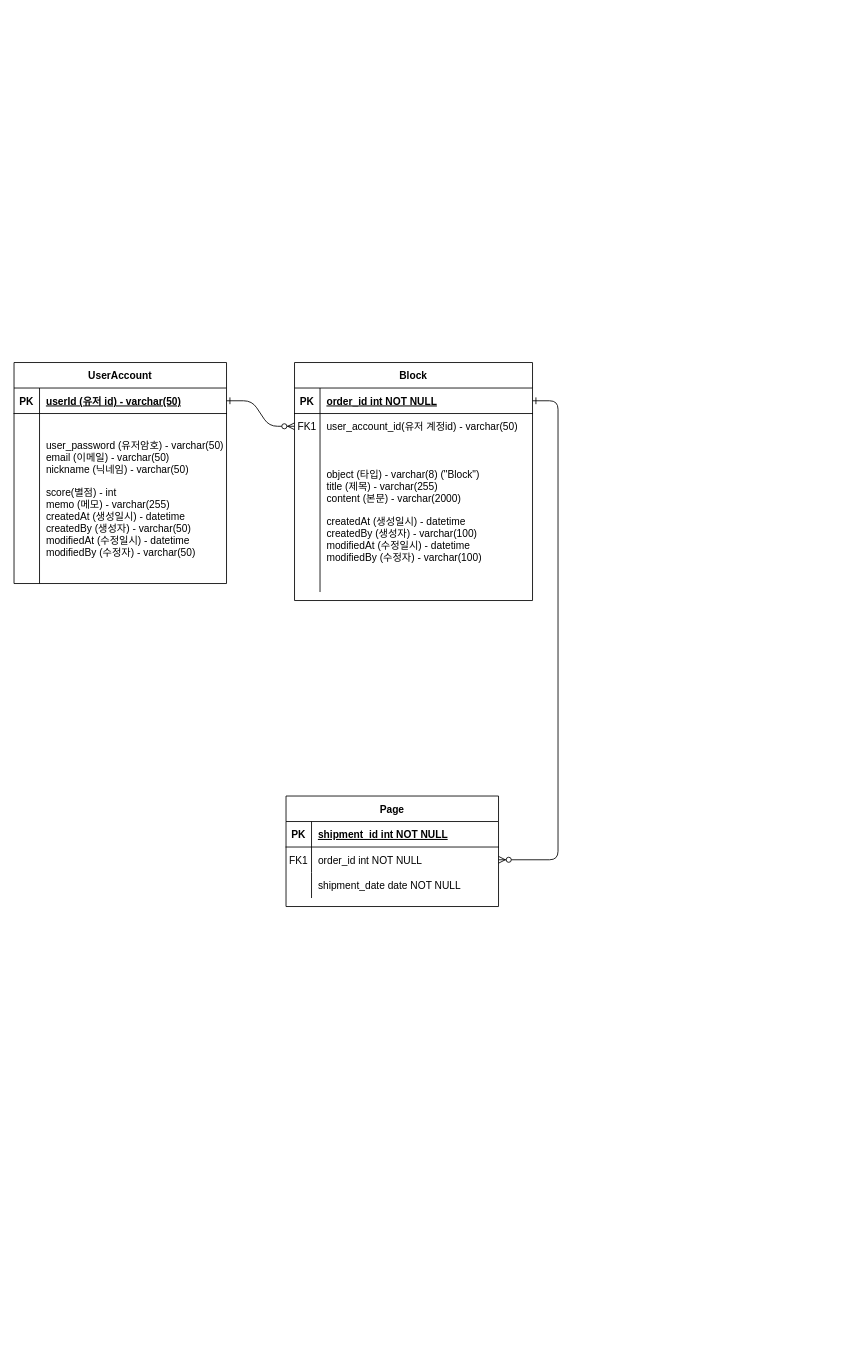
Above: capstone.drawio in jyzayu/capstone-back (draw.io), before the change. Source tidied: cells renumbered, new cells numbered last; positions are measured from the earlier drawing's top-left corner, leaving out a move shared by most shapes. Both pictures are drawn from the tidied source at 85%, with x=0, y=0 at pixel (14, 362).
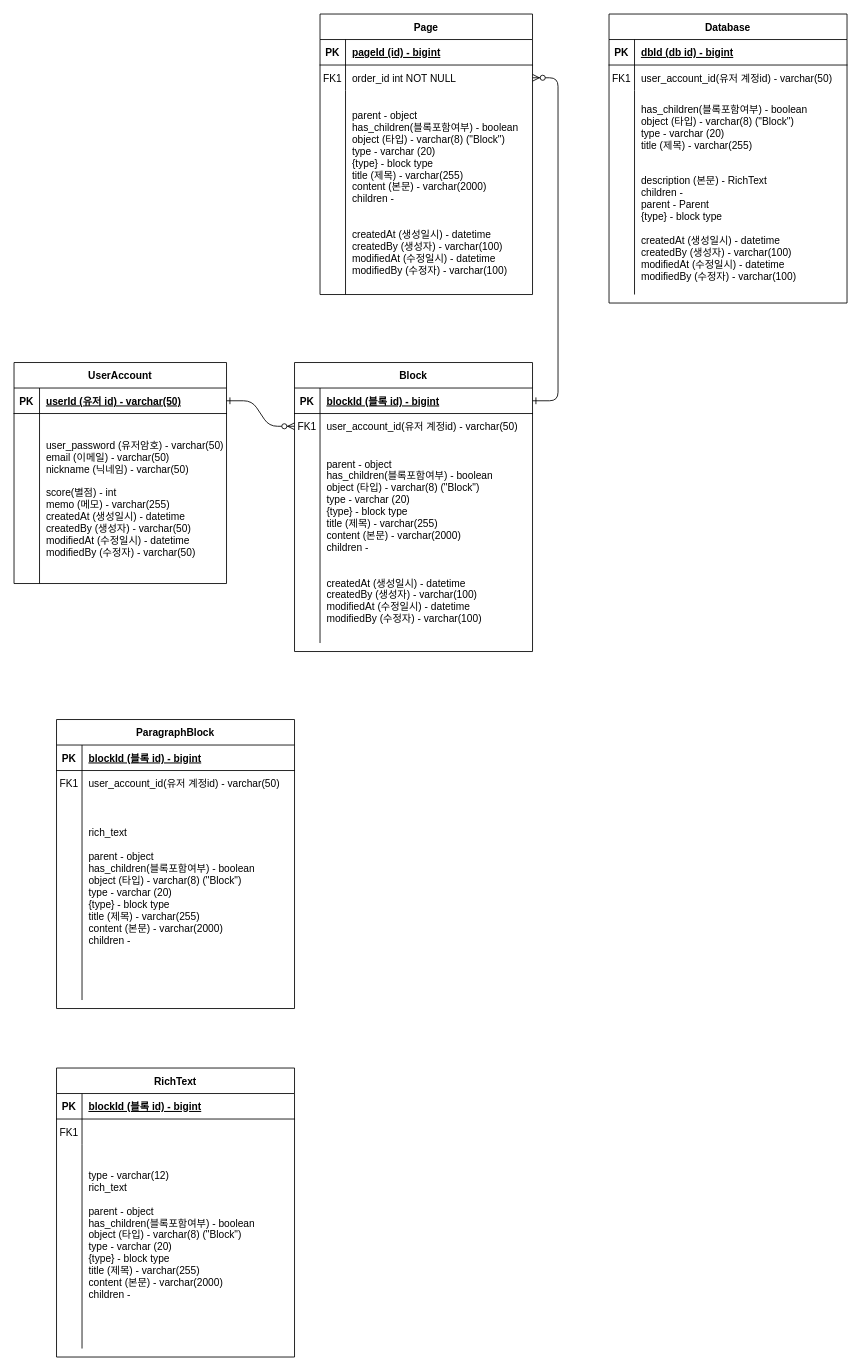
The same page after the edit.

Unchanged cells that the change refers to:
```xml
<mxCell id="5" style="shape=partialRectangle;fillColor=none;points=[[0,0.5],[1,0.5]];portConstraint=eastwest;top=0;left=0;right=0;bottom=1;" parent="4" vertex="1">
  <mxGeometry y="30" width="280" height="30" as="geometry" />
</mxCell>
<mxCell id="15" style="shape=partialRectangle;fillColor=none;top=0;left=0;right=0;bottom=1;" parent="14" vertex="1">
  <mxGeometry y="30" width="250" height="30" as="geometry" />
</mxCell>
```

Change to the diagram source:
```diff
@@
     <mxCell id="4" value="Block" style="shape=table;startSize=30;childLayout=tableLayout;rowLines=0;fontStyle=1;align=center;" parent="1" vertex="1">
-      <mxGeometry x="330" width="280" height="280" as="geometry" />
+      <mxGeometry x="330" width="280" height="340" as="geometry" />
     </mxCell>
@@
-    <mxCell id="7" value="order_id int NOT NULL " style="shape=partialRectangle;overflow=hidden;fillColor=none;top=0;left=0;bottom=0;right=0;align=left;spacingLeft=6;fontStyle=5;" parent="5" vertex="1">
+    <mxCell id="7" value="blockId (블록 id) - bigint" style="shape=partialRectangle;overflow=hidden;fillColor=none;top=0;left=0;bottom=0;right=0;align=left;spacingLeft=6;fontStyle=5;" parent="5" vertex="1">
       <mxGeometry x="30" width="250" height="30" as="geometry" />
     </mxCell>
@@
     <mxCell id="11" style="shape=partialRectangle;fillColor=none;top=0;left=0;right=0;bottom=0;" parent="4" vertex="1">
-      <mxGeometry y="90" width="280" height="180" as="geometry" />
+      <mxGeometry y="90" width="280" height="240" as="geometry" />
     </mxCell>
     <mxCell id="12" style="shape=partialRectangle;overflow=hidden;fillColor=none;top=0;left=0;bottom=0;right=0;" parent="11" vertex="1">
-      <mxGeometry width="30" height="180" as="geometry" />
+      <mxGeometry width="30" height="240" as="geometry" />
     </mxCell>
-    <mxCell id="13" value="object (타입) - varchar(8) (&quot;Block&quot;)&#10;title (제목) - varchar(255)&#10;content (본문) - varchar(2000)&#10;&#10;createdAt (생성일시) - datetime&#10;createdBy (생성자) - varchar(100)&#10;modifiedAt (수정일시) - datetime&#10;modifiedBy (수정자) - varchar(100)" style="shape=partialRectangle;overflow=hidden;fillColor=none;top=0;left=0;bottom=0;right=0;align=left;spacingLeft=6;" parent="11" vertex="1">
-      <mxGeometry x="30" width="250" height="180" as="geometry" />
+    <mxCell id="13" value="parent - object&#10;has_children(블록포함여부) - boolean&#10;object (타입) - varchar(8) (&quot;Block&quot;)&#10;type - varchar (20)&#10;{type} - block type&#10;title (제목) - varchar(255)&#10;content (본문) - varchar(2000)&#10;children -&#10;&#10;&#10;createdAt (생성일시) - datetime&#10;createdBy (생성자) - varchar(100)&#10;modifiedAt (수정일시) - datetime&#10;modifiedBy (수정자) - varchar(100)" style="shape=partialRectangle;overflow=hidden;fillColor=none;top=0;left=0;bottom=0;right=0;align=left;spacingLeft=6;" parent="11" vertex="1">
+      <mxGeometry x="30" width="250" height="240" as="geometry" />
     </mxCell>
     <mxCell id="14" value="Page" style="shape=table;startSize=30;childLayout=tableLayout;rowLines=0;fontStyle=1;align=center;" parent="1" vertex="1">
-      <mxGeometry x="320" y="510" width="250" height="130" as="geometry" />
+      <mxGeometry x="360" y="-410" width="250" height="330" as="geometry" />
     </mxCell>
@@
-    <mxCell id="17" value="shipment_id int NOT NULL " style="shape=partialRectangle;overflow=hidden;fillColor=none;top=0;left=0;bottom=0;right=0;align=left;spacingLeft=6;fontStyle=5;" parent="15" vertex="1">
+    <mxCell id="17" value="pageId (id) - bigint" style="shape=partialRectangle;overflow=hidden;fillColor=none;top=0;left=0;bottom=0;right=0;align=left;spacingLeft=6;fontStyle=5;" parent="15" vertex="1">
       <mxGeometry x="30" width="220" height="30" as="geometry" />
     </mxCell>
@@
     <mxCell id="21" style="shape=partialRectangle;fillColor=none;top=0;left=0;right=0;bottom=0;" parent="14" vertex="1">
-      <mxGeometry y="90" width="250" height="30" as="geometry" />
+      <mxGeometry y="90" width="250" height="240" as="geometry" />
     </mxCell>
     <mxCell id="22" style="shape=partialRectangle;overflow=hidden;fillColor=none;top=0;left=0;bottom=0;right=0;" parent="21" vertex="1">
-      <mxGeometry width="30" height="30" as="geometry" />
+      <mxGeometry width="30" height="240" as="geometry" />
     </mxCell>
-    <mxCell id="23" value="shipment_date date NOT NULL" style="shape=partialRectangle;overflow=hidden;fillColor=none;top=0;left=0;bottom=0;right=0;align=left;spacingLeft=6;" parent="21" vertex="1">
-      <mxGeometry x="30" width="220" height="30" as="geometry" />
+    <mxCell id="23" value="parent - object&#10;has_children(블록포함여부) - boolean&#10;object (타입) - varchar(8) (&quot;Block&quot;)&#10;type - varchar (20)&#10;{type} - block type&#10;title (제목) - varchar(255)&#10;content (본문) - varchar(2000)&#10;children -&#10;&#10;&#10;createdAt (생성일시) - datetime&#10;createdBy (생성자) - varchar(100)&#10;modifiedAt (수정일시) - datetime&#10;modifiedBy (수정자) - varchar(100)" style="shape=partialRectangle;overflow=hidden;fillColor=none;top=0;left=0;bottom=0;right=0;align=left;spacingLeft=6;" parent="21" vertex="1">
+      <mxGeometry x="30" width="220" height="240" as="geometry" />
     </mxCell>
@@
+    <mxCell id="31" value="ParagraphBlock" style="shape=table;startSize=30;childLayout=tableLayout;rowLines=0;fontStyle=1;align=center;" parent="1" vertex="1">
+      <mxGeometry x="50" y="420" width="280" height="340" as="geometry" />
+    </mxCell>
+    <mxCell id="32" style="shape=partialRectangle;fillColor=none;top=0;left=0;right=0;bottom=1;" parent="31" vertex="1">
+      <mxGeometry y="30" width="280" height="30" as="geometry" />
+    </mxCell>
+    <mxCell id="33" value="PK" style="shape=partialRectangle;overflow=hidden;fillColor=none;top=0;left=0;bottom=0;right=0;fontStyle=1;" parent="32" vertex="1">
+      <mxGeometry width="30" height="30" as="geometry" />
+    </mxCell>
+    <mxCell id="34" value="blockId (블록 id) - bigint" style="shape=partialRectangle;overflow=hidden;fillColor=none;top=0;left=0;bottom=0;right=0;align=left;spacingLeft=6;fontStyle=5;" parent="32" vertex="1">
+      <mxGeometry x="30" width="250" height="30" as="geometry" />
+    </mxCell>
+    <mxCell id="35" style="shape=partialRectangle;fillColor=none;top=0;left=0;right=0;bottom=0;" parent="31" vertex="1">
+      <mxGeometry y="60" width="280" height="30" as="geometry" />
+    </mxCell>
+    <mxCell id="36" value="FK1" style="shape=partialRectangle;overflow=hidden;fillColor=none;top=0;left=0;bottom=0;right=0;" parent="35" vertex="1">
+      <mxGeometry width="30" height="30" as="geometry" />
+    </mxCell>
+    <mxCell id="37" value="user_account_id(유저 계정id) - varchar(50)   " style="shape=partialRectangle;overflow=hidden;fillColor=none;top=0;left=0;bottom=0;right=0;align=left;spacingLeft=6;" parent="35" vertex="1">
+      <mxGeometry x="30" width="250" height="30" as="geometry" />
+    </mxCell>
+    <mxCell id="38" style="shape=partialRectangle;fillColor=none;top=0;left=0;right=0;bottom=0;" parent="31" vertex="1">
+      <mxGeometry y="90" width="280" height="240" as="geometry" />
+    </mxCell>
+    <mxCell id="39" style="shape=partialRectangle;overflow=hidden;fillColor=none;top=0;left=0;bottom=0;right=0;" parent="38" vertex="1">
+      <mxGeometry width="30" height="240" as="geometry" />
+    </mxCell>
+    <mxCell id="40" value="rich_text&#10;&#10;parent - object&#10;has_children(블록포함여부) - boolean&#10;object (타입) - varchar(8) (&quot;Block&quot;)&#10;type - varchar (20)&#10;{type} - block type&#10;title (제목) - varchar(255)&#10;content (본문) - varchar(2000)&#10;children -&#10;&#10;" style="shape=partialRectangle;overflow=hidden;fillColor=none;top=0;left=0;bottom=0;right=0;align=left;spacingLeft=6;" parent="38" vertex="1">
+      <mxGeometry x="30" width="250" height="240" as="geometry" />
+    </mxCell>
+    <mxCell id="41" value="RichText" style="shape=table;startSize=30;childLayout=tableLayout;rowLines=0;fontStyle=1;align=center;" parent="1" vertex="1">
+      <mxGeometry x="50" y="830" width="280" height="340" as="geometry" />
+    </mxCell>
+    <mxCell id="42" style="shape=partialRectangle;fillColor=none;top=0;left=0;right=0;bottom=1;" parent="41" vertex="1">
+      <mxGeometry y="30" width="280" height="30" as="geometry" />
+    </mxCell>
+    <mxCell id="43" value="PK" style="shape=partialRectangle;overflow=hidden;fillColor=none;top=0;left=0;bottom=0;right=0;fontStyle=1;" parent="42" vertex="1">
+      <mxGeometry width="30" height="30" as="geometry" />
+    </mxCell>
+    <mxCell id="44" value="blockId (블록 id) - bigint" style="shape=partialRectangle;overflow=hidden;fillColor=none;top=0;left=0;bottom=0;right=0;align=left;spacingLeft=6;fontStyle=5;" parent="42" vertex="1">
+      <mxGeometry x="30" width="250" height="30" as="geometry" />
+    </mxCell>
+    <mxCell id="45" style="shape=partialRectangle;fillColor=none;top=0;left=0;right=0;bottom=0;" parent="41" vertex="1">
+      <mxGeometry y="60" width="280" height="30" as="geometry" />
+    </mxCell>
+    <mxCell id="46" value="FK1" style="shape=partialRectangle;overflow=hidden;fillColor=none;top=0;left=0;bottom=0;right=0;" parent="45" vertex="1">
+      <mxGeometry width="30" height="30" as="geometry" />
+    </mxCell>
+    <mxCell id="47" style="shape=partialRectangle;overflow=hidden;fillColor=none;top=0;left=0;bottom=0;right=0;align=left;spacingLeft=6;" parent="45" vertex="1">
+      <mxGeometry x="30" width="250" height="30" as="geometry" />
+    </mxCell>
+    <mxCell id="48" style="shape=partialRectangle;fillColor=none;top=0;left=0;right=0;bottom=0;" parent="41" vertex="1">
+      <mxGeometry y="90" width="280" height="240" as="geometry" />
+    </mxCell>
+    <mxCell id="49" style="shape=partialRectangle;overflow=hidden;fillColor=none;top=0;left=0;bottom=0;right=0;" parent="48" vertex="1">
+      <mxGeometry width="30" height="240" as="geometry" />
+    </mxCell>
+    <mxCell id="50" value="type - varchar(12)&#10;rich_text&#10;&#10;parent - object&#10;has_children(블록포함여부) - boolean&#10;object (타입) - varchar(8) (&quot;Block&quot;)&#10;type - varchar (20)&#10;{type} - block type&#10;title (제목) - varchar(255)&#10;content (본문) - varchar(2000)&#10;children -&#10;&#10;" style="shape=partialRectangle;overflow=hidden;fillColor=none;top=0;left=0;bottom=0;right=0;align=left;spacingLeft=6;" parent="48" vertex="1">
+      <mxGeometry x="30" width="250" height="240" as="geometry" />
+    </mxCell>
+    <mxCell id="51" value="Database" style="shape=table;startSize=30;childLayout=tableLayout;rowLines=0;fontStyle=1;align=center;" parent="1" vertex="1">
+      <mxGeometry x="700" y="-410" width="280" height="340" as="geometry" />
+    </mxCell>
+    <mxCell id="52" style="shape=partialRectangle;fillColor=none;top=0;left=0;right=0;bottom=1;" parent="51" vertex="1">
+      <mxGeometry y="30" width="280" height="30" as="geometry" />
+    </mxCell>
+    <mxCell id="53" value="PK" style="shape=partialRectangle;overflow=hidden;fillColor=none;top=0;left=0;bottom=0;right=0;fontStyle=1;" parent="52" vertex="1">
+      <mxGeometry width="30" height="30" as="geometry" />
+    </mxCell>
+    <mxCell id="54" value="dbId (db id) - bigint" style="shape=partialRectangle;overflow=hidden;fillColor=none;top=0;left=0;bottom=0;right=0;align=left;spacingLeft=6;fontStyle=5;" parent="52" vertex="1">
+      <mxGeometry x="30" width="250" height="30" as="geometry" />
+    </mxCell>
+    <mxCell id="55" style="shape=partialRectangle;fillColor=none;top=0;left=0;right=0;bottom=0;" parent="51" vertex="1">
+      <mxGeometry y="60" width="280" height="30" as="geometry" />
+    </mxCell>
+    <mxCell id="56" value="FK1" style="shape=partialRectangle;overflow=hidden;fillColor=none;top=0;left=0;bottom=0;right=0;" parent="55" vertex="1">
+      <mxGeometry width="30" height="30" as="geometry" />
+    </mxCell>
+    <mxCell id="57" value="user_account_id(유저 계정id) - varchar(50)   " style="shape=partialRectangle;overflow=hidden;fillColor=none;top=0;left=0;bottom=0;right=0;align=left;spacingLeft=6;" parent="55" vertex="1">
+      <mxGeometry x="30" width="250" height="30" as="geometry" />
+    </mxCell>
+    <mxCell id="58" style="shape=partialRectangle;fillColor=none;top=0;left=0;right=0;bottom=0;" parent="51" vertex="1">
+      <mxGeometry y="90" width="280" height="240" as="geometry" />
+    </mxCell>
+    <mxCell id="59" style="shape=partialRectangle;overflow=hidden;fillColor=none;top=0;left=0;bottom=0;right=0;" parent="58" vertex="1">
+      <mxGeometry width="30" height="240" as="geometry" />
+    </mxCell>
+    <mxCell id="60" value="has_children(블록포함여부) - boolean&#10;object (타입) - varchar(8) (&quot;Block&quot;)&#10;type - varchar (20)&#10;title (제목) - varchar(255)&#10;&#10;&#10;description (본문) - RichText&#10;children -&#10;parent - Parent&#10;{type} - block type&#10;&#10;createdAt (생성일시) - datetime&#10;createdBy (생성자) - varchar(100)&#10;modifiedAt (수정일시) - datetime&#10;modifiedBy (수정자) - varchar(100)" style="shape=partialRectangle;overflow=hidden;fillColor=none;top=0;left=0;bottom=0;right=0;align=left;spacingLeft=6;" parent="58" vertex="1">
+      <mxGeometry x="30" width="250" height="240" as="geometry" />
+    </mxCell>
```
